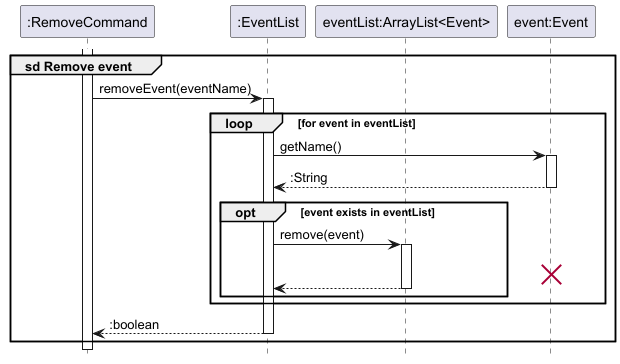
Above: docs/images/RemoveEventSequenceDiagram.png in nus-cs2113-AY2425S1/tp (PlantUML), before the change.
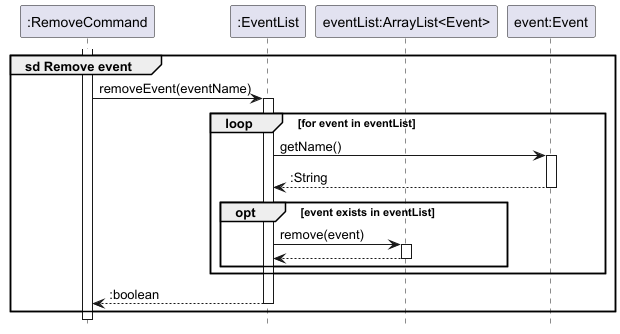
After the commit.

Commit message:
Remove "X" from sequence diagrams

What changed in the source:
```diff
@@ -20,7 +20,6 @@
         opt event exists in eventList
             eventList -> list : remove(event)
             activate list
-            destroy event
             return
         end
     end
```
